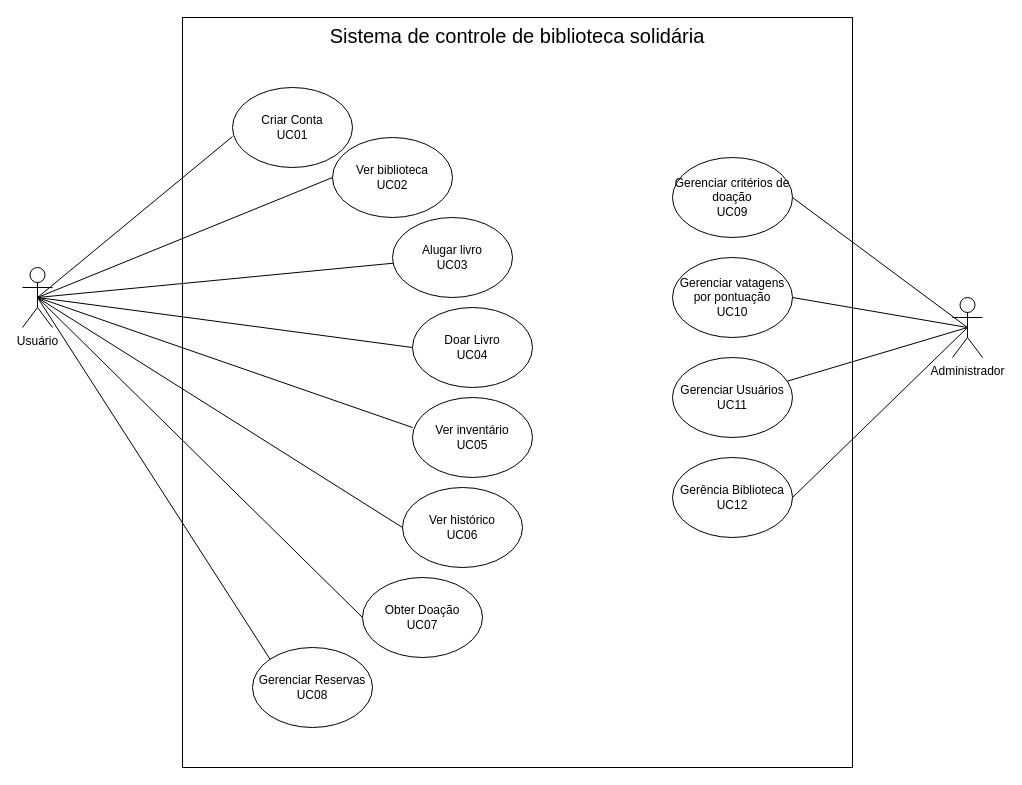
This is Diagrama sem nome.drawio from lucaspercisi/UFFS, a draw.io file, before an edit. Source tidied: cells renumbered, new cells numbered last; positions are measured from the earlier drawing's top-left corner, leaving out a move shared by most shapes. Both pictures are drawn from the tidied source at 100%, with x=0, y=0 at pixel (22, 17).
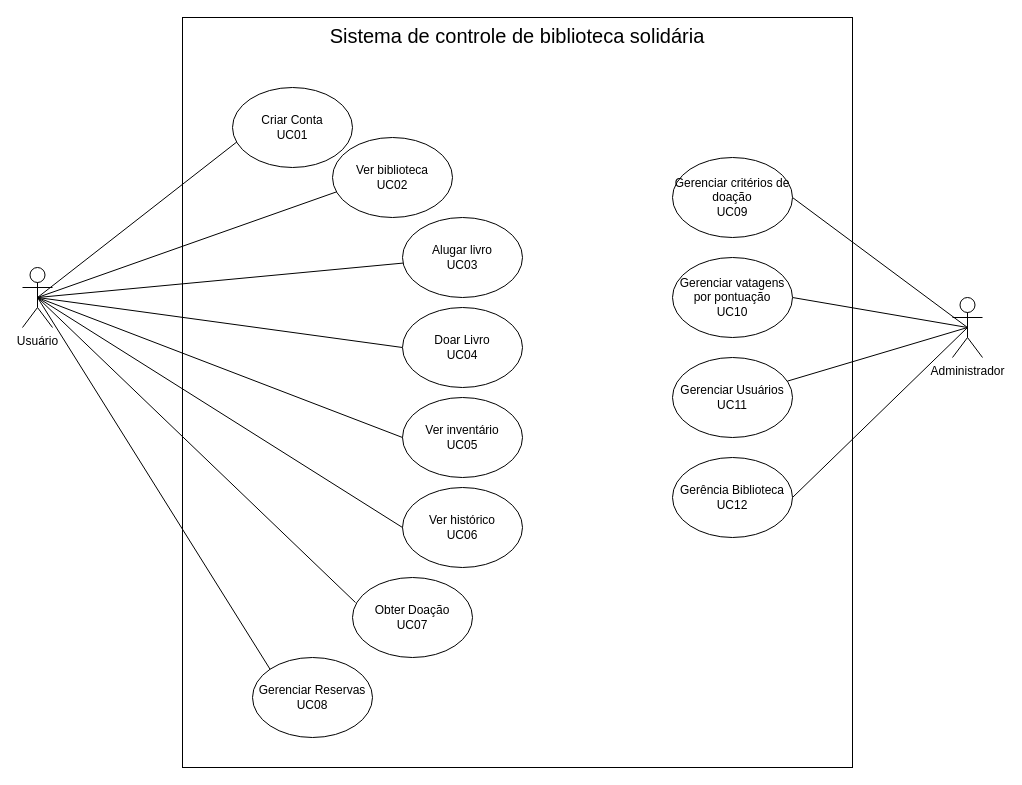
The same page after the edit.

Unchanged cells that the change refers to:
```xml
<mxCell id="6" value="Usuário" style="shape=umlActor;verticalLabelPosition=bottom;verticalAlign=top;html=1;outlineConnect=0;" parent="1" vertex="1">
  <mxGeometry y="250" width="30" height="60" as="geometry" />
</mxCell>
<mxCell id="7" value="Criar Conta&lt;br&gt;UC01" style="ellipse;whiteSpace=wrap;html=1;" parent="1" vertex="1">
  <mxGeometry x="210" y="70" width="120" height="80" as="geometry" />
</mxCell>
<mxCell id="9" value="Ver biblioteca&lt;br&gt;UC02" style="ellipse;whiteSpace=wrap;html=1;" parent="1" vertex="1">
  <mxGeometry x="310" y="120" width="120" height="80" as="geometry" />
</mxCell>
```

Diff of the diagram source:
```diff
@@
-    <mxCell id="3" style="rounded=0;jettySize=auto;html=1;exitX=0.5;exitY=0.5;exitDx=0;exitDy=0;exitPerimeter=0;entryX=0;entryY=0.613;entryDx=0;entryDy=0;entryPerimeter=0;endArrow=none;endFill=0;" parent="1" edge="1" source="6" target="7">
-      <mxGeometry relative="1" as="geometry" />
+    <mxCell id="3" style="rounded=0;jettySize=auto;html=1;exitX=0.5;exitY=0.5;exitDx=0;exitDy=0;exitPerimeter=0;endArrow=none;endFill=0;" parent="1" edge="1" source="6">
+      <mxGeometry relative="1" as="geometry">
+        <mxPoint x="220" y="120" as="targetPoint" />
+      </mxGeometry>
     </mxCell>
-    <mxCell id="4" style="rounded=0;jettySize=auto;html=1;exitX=0.5;exitY=0.5;exitDx=0;exitDy=0;exitPerimeter=0;entryX=0;entryY=0.5;entryDx=0;entryDy=0;endArrow=none;endFill=0;" parent="1" edge="1" source="6" target="9">
+    <mxCell id="4" style="rounded=0;jettySize=auto;html=1;exitX=0.5;exitY=0.5;exitDx=0;exitDy=0;exitPerimeter=0;entryX=0.042;entryY=0.675;entryDx=0;entryDy=0;endArrow=none;endFill=0;entryPerimeter=0;" parent="1" edge="1" source="6" target="9">
       <mxGeometry relative="1" as="geometry" />
     </mxCell>
@@
     <mxCell id="11" value="Doar Livro&lt;br&gt;UC04" style="ellipse;whiteSpace=wrap;html=1;" parent="1" vertex="1">
-      <mxGeometry x="390" y="290" width="120" height="80" as="geometry" />
+      <mxGeometry x="380" y="290" width="120" height="80" as="geometry" />
     </mxCell>
     <mxCell id="12" value="Ver inventário&lt;br&gt;UC05" style="ellipse;whiteSpace=wrap;html=1;" parent="1" vertex="1">
-      <mxGeometry x="390" y="380" width="120" height="80" as="geometry" />
+      <mxGeometry x="380" y="380" width="120" height="80" as="geometry" />
     </mxCell>
@@
     <mxCell id="14" value="Obter Doação&lt;br&gt;UC07" style="ellipse;whiteSpace=wrap;html=1;" parent="1" vertex="1">
-      <mxGeometry x="340" y="560" width="120" height="80" as="geometry" />
+      <mxGeometry x="330" y="560" width="120" height="80" as="geometry" />
     </mxCell>
     <mxCell id="15" value="Alugar livro&lt;br&gt;UC03" style="ellipse;whiteSpace=wrap;html=1;" parent="1" vertex="1">
-      <mxGeometry x="370" y="200" width="120" height="80" as="geometry" />
+      <mxGeometry x="380" y="200" width="120" height="80" as="geometry" />
     </mxCell>
     <mxCell id="16" value="Gerenciar Reservas&lt;br&gt;UC08" style="ellipse;whiteSpace=wrap;html=1;" parent="1" vertex="1">
-      <mxGeometry x="230" y="630" width="120" height="80" as="geometry" />
+      <mxGeometry x="230" y="640" width="120" height="80" as="geometry" />
     </mxCell>
@@
-    <mxCell id="26" style="endArrow=none;html=1;rounded=0;entryX=0;entryY=0.375;entryDx=0;entryDy=0;entryPerimeter=0;exitX=0.5;exitY=0.5;exitDx=0;exitDy=0;exitPerimeter=0;" parent="1" edge="1" source="6" target="12">
+    <mxCell id="26" style="endArrow=none;html=1;rounded=0;entryX=0;entryY=0.5;entryDx=0;entryDy=0;exitX=0.5;exitY=0.5;exitDx=0;exitDy=0;exitPerimeter=0;" parent="1" edge="1" source="6" target="12">
       <mxGeometry relative="1" as="geometry" />
     </mxCell>
@@
-    <mxCell id="28" style="endArrow=none;html=1;rounded=0;entryX=0;entryY=0.5;entryDx=0;entryDy=0;exitX=0.5;exitY=0.5;exitDx=0;exitDy=0;exitPerimeter=0;" parent="1" edge="1" source="6" target="14">
+    <mxCell id="28" style="endArrow=none;html=1;rounded=0;entryX=0.025;entryY=0.313;entryDx=0;entryDy=0;exitX=0.5;exitY=0.5;exitDx=0;exitDy=0;exitPerimeter=0;entryPerimeter=0;" parent="1" edge="1" source="6" target="14">
       <mxGeometry relative="1" as="geometry" />
     </mxCell>
```
